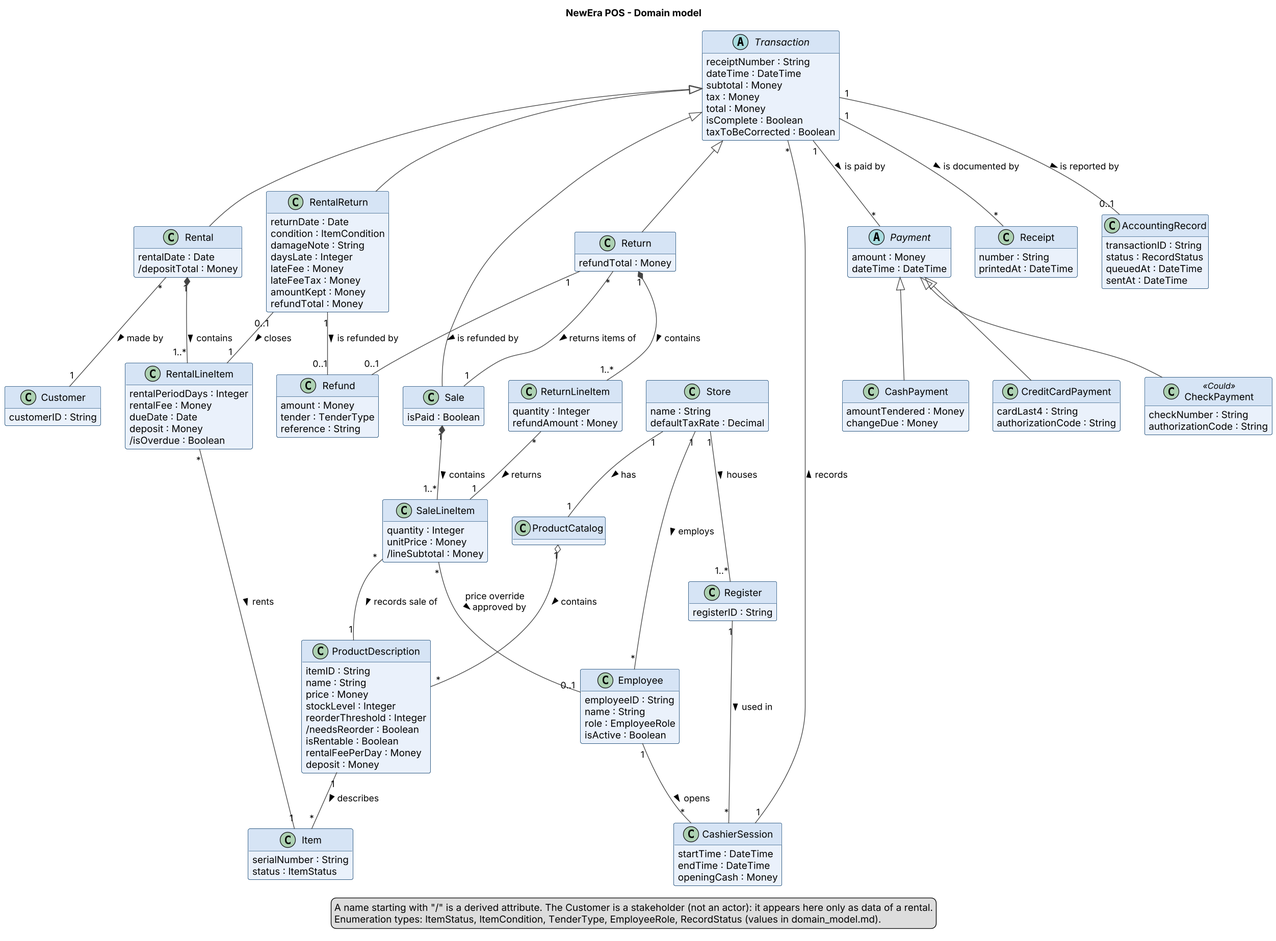
Above: assets/domain_model.png in bhsei/26D (PlantUML), before the change.
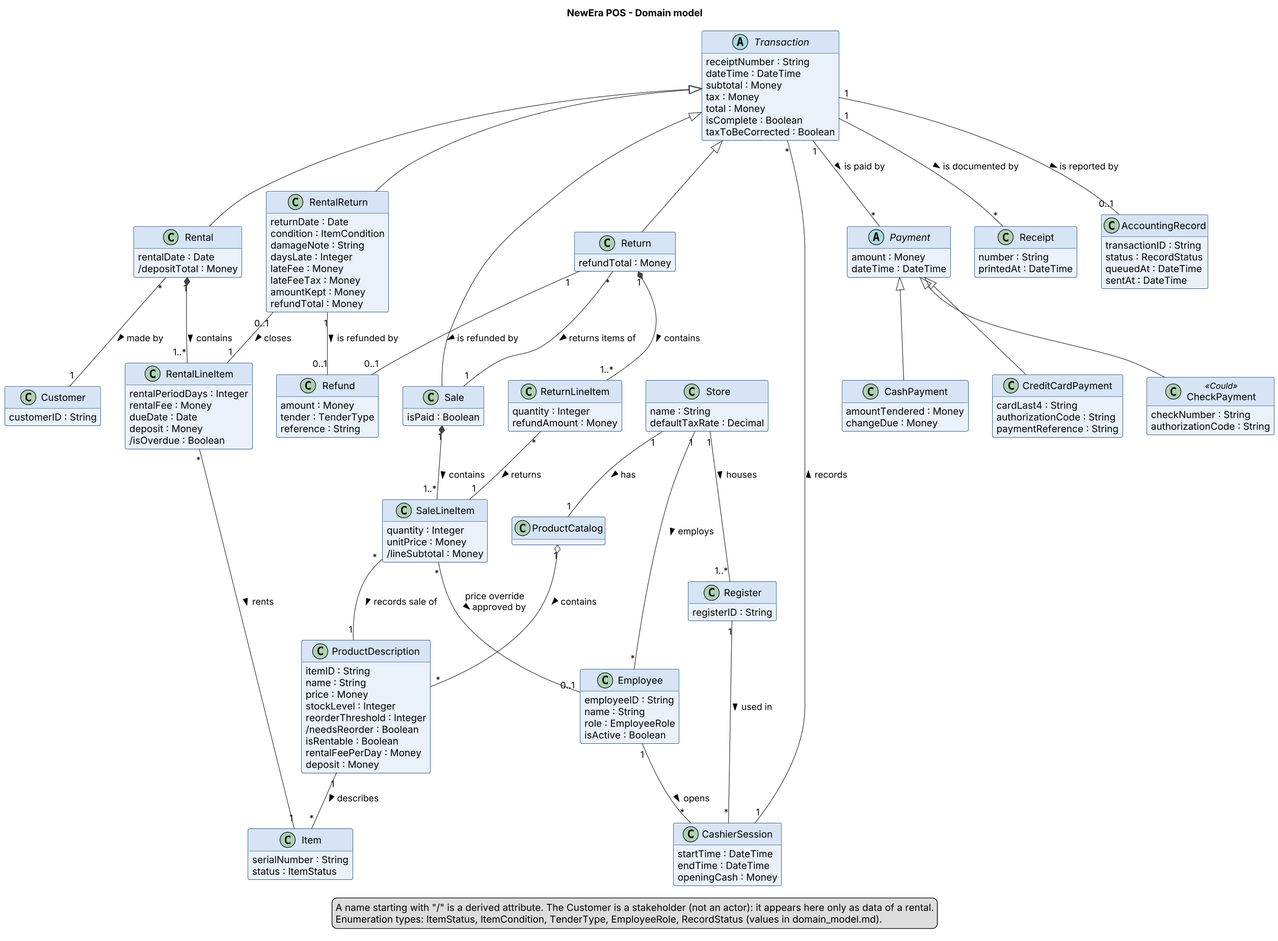
After the commit.

Commit message:
W8 - Domain model v0.2; no Reserved status, payment reference (#50, B-D03, B-D05)

What changed in the source:
```diff
@@ -111,6 +111,7 @@
 class CreditCardPayment {
   cardLast4 : String
   authorizationCode : String
+  paymentReference : String
 }
 class CheckPayment <<Could>> {
   checkNumber : String
```
